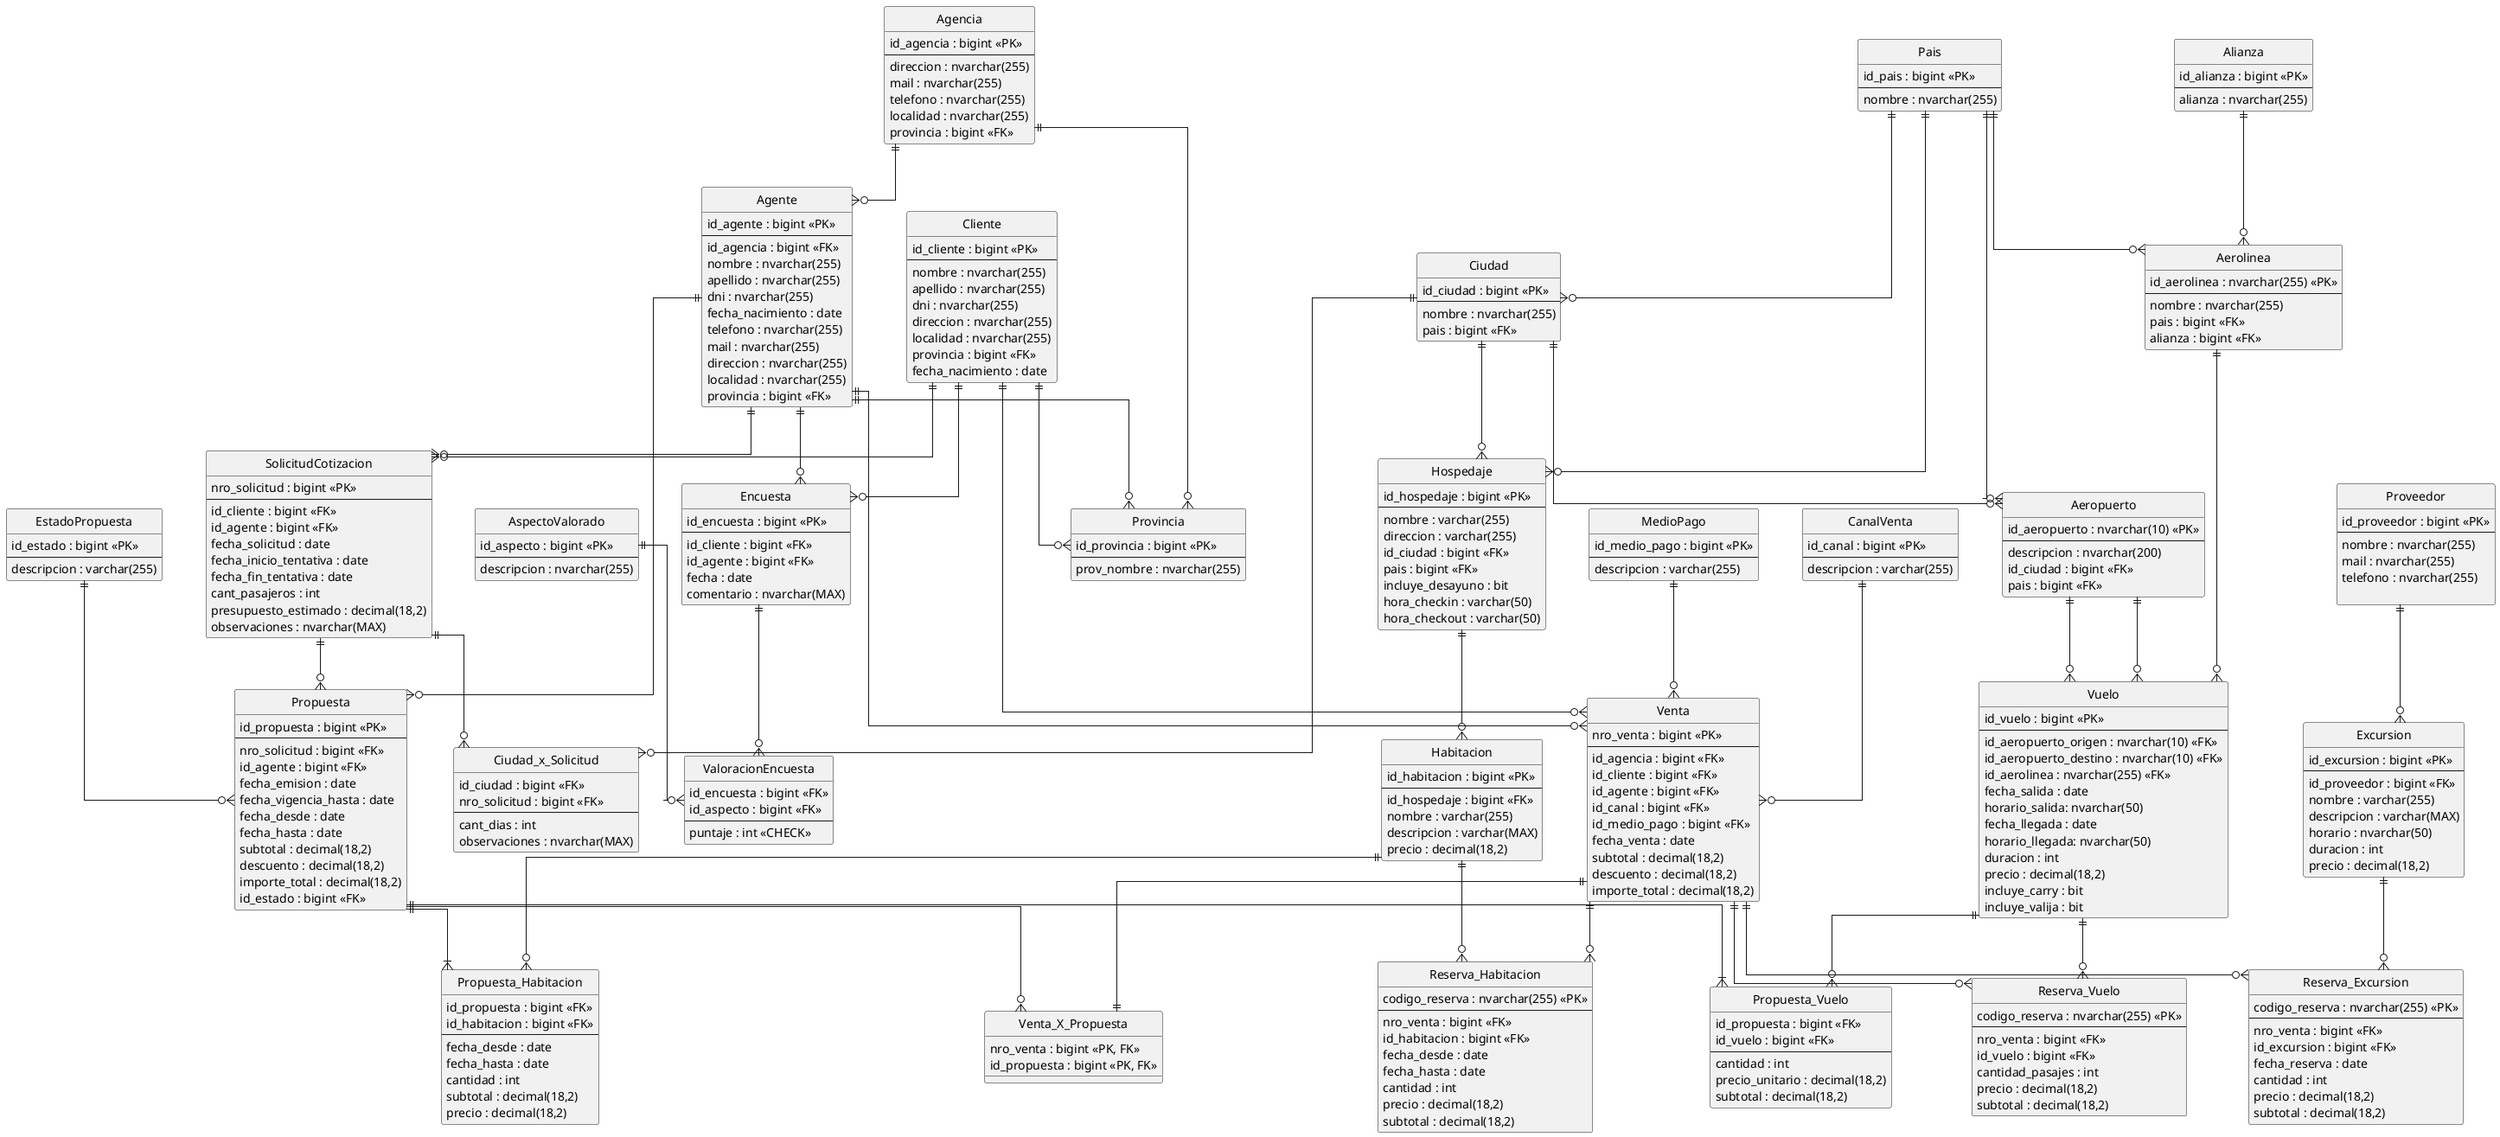
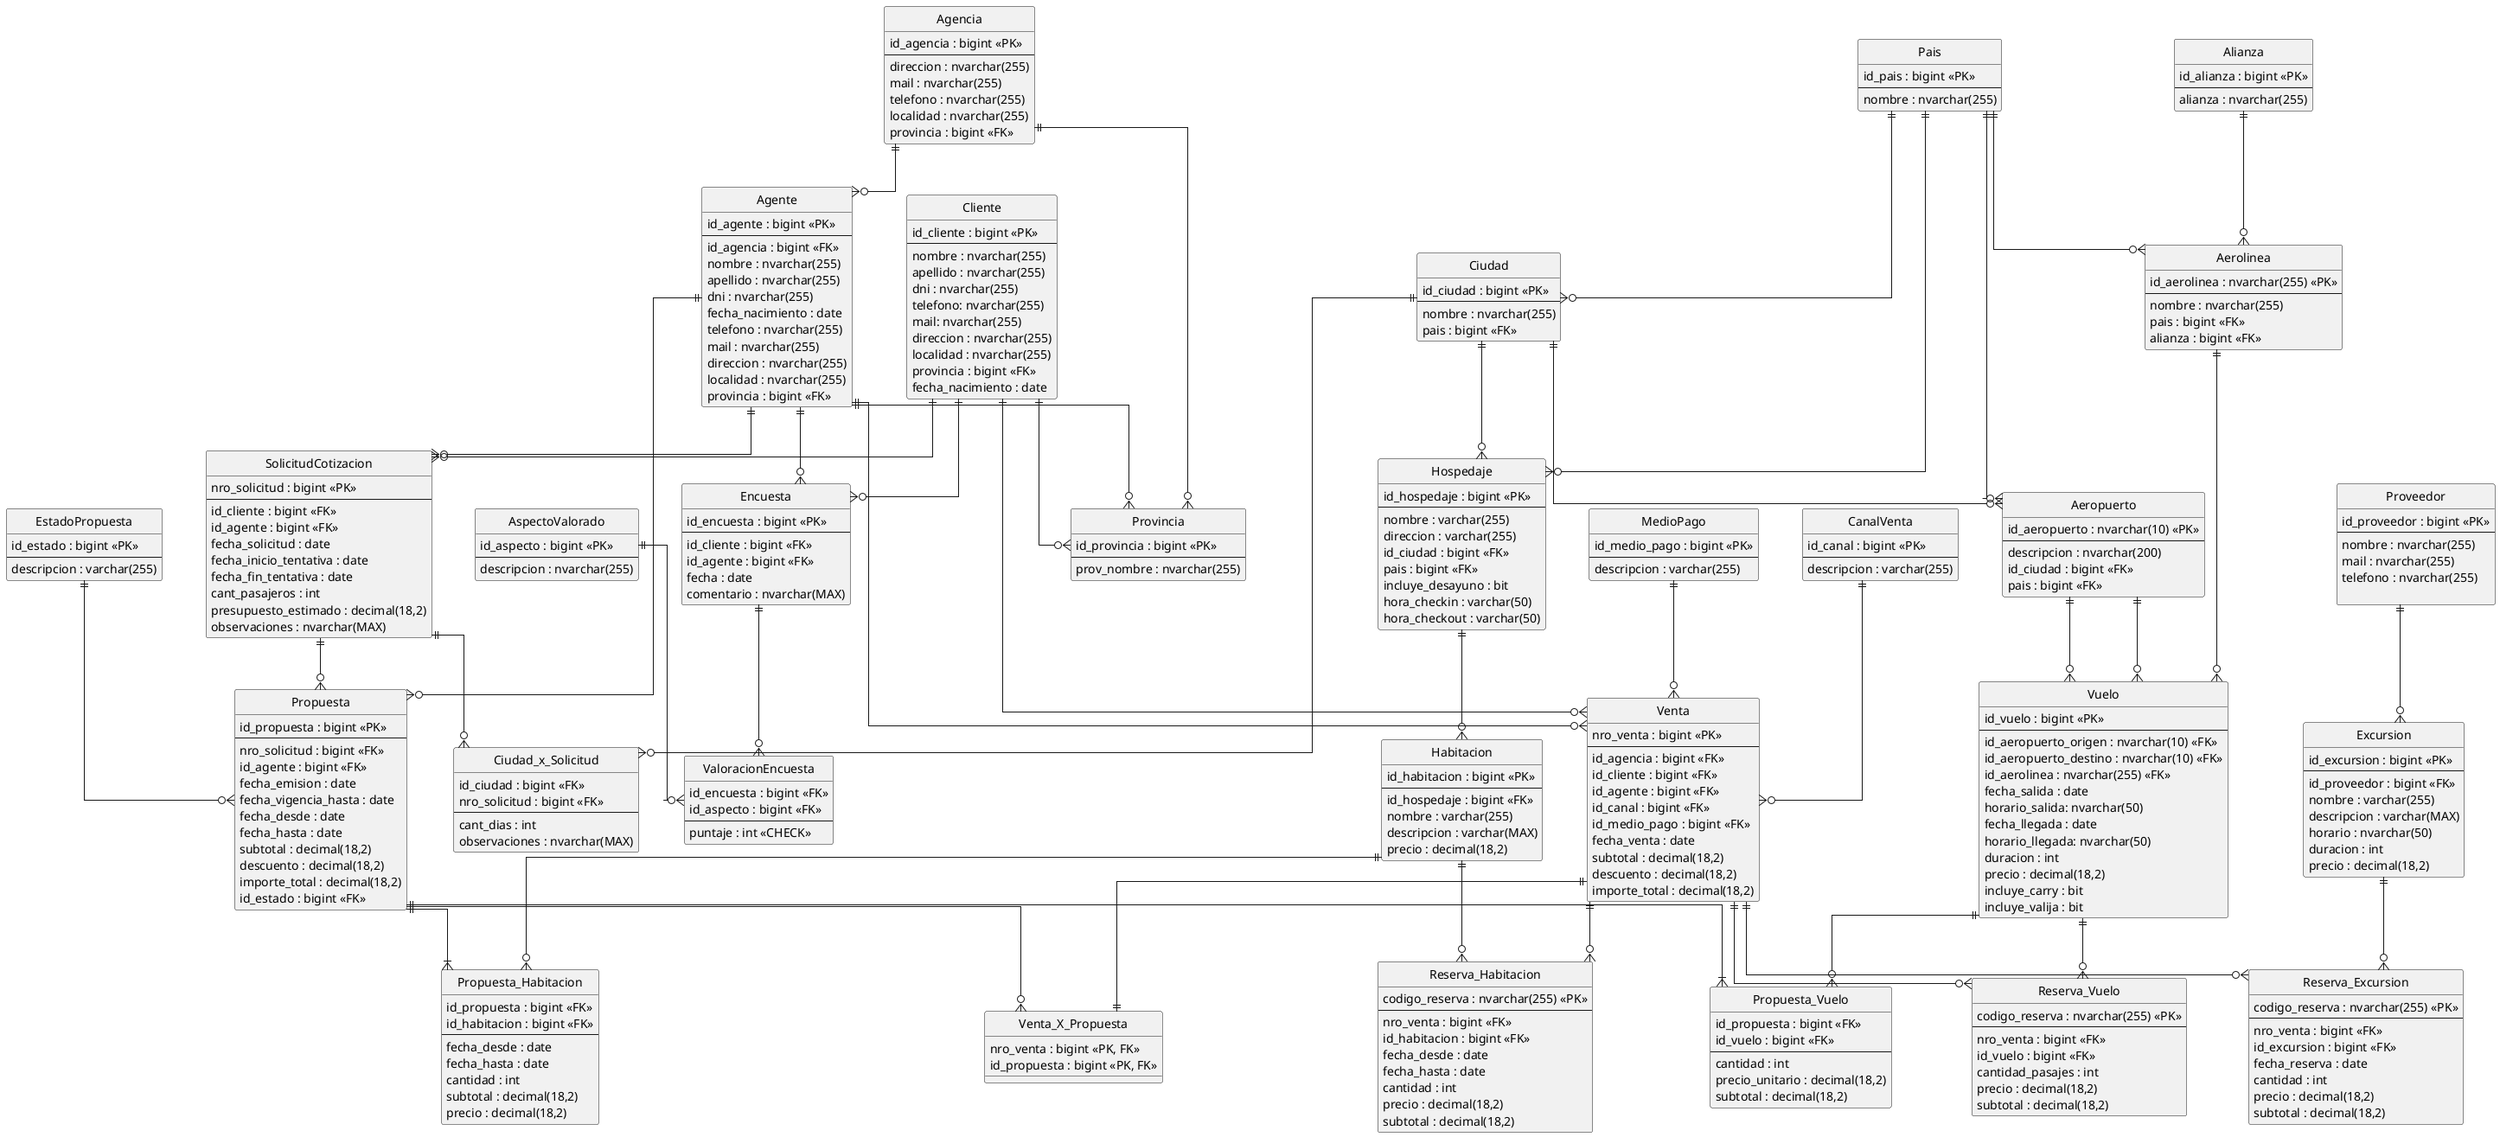
@startuml DER
hide circle
skinparam linetype ortho
skinparam nodesep 50
skinparam ranksep 50

entity "Agencia" as Agencia {
  id_agencia : bigint <<PK>>
  --
  direccion : nvarchar(255)
  mail : nvarchar(255)
  telefono : nvarchar(255)
  localidad : nvarchar(255)
  provincia : bigint <<FK>>
}

entity "Pais" as Pais {
  id_pais : bigint <<PK>>
  --
  nombre : nvarchar(255)
}

entity "Provincia" as Provincia {
  id_provincia : bigint <<PK>>
  --
  prov_nombre : nvarchar(255)
}

entity "Agente" as Agente {
  id_agente : bigint <<PK>>
  --
  id_agencia : bigint <<FK>>
  nombre : nvarchar(255)
  apellido : nvarchar(255)
  dni : nvarchar(255)
  fecha_nacimiento : date
  telefono : nvarchar(255)
  mail : nvarchar(255)
  direccion : nvarchar(255)
  localidad : nvarchar(255)
  provincia : bigint <<FK>>
}

entity "Cliente" as Cliente {
  id_cliente : bigint <<PK>>
  --
  nombre : nvarchar(255)
  apellido : nvarchar(255)
  dni : nvarchar(255)
+   telefono: nvarchar(255)
+   mail: nvarchar(255)
  direccion : nvarchar(255)
  localidad : nvarchar(255)
  provincia : bigint <<FK>>
  fecha_nacimiento : date
}

entity "CanalVenta" as CanalVenta {
  id_canal : bigint <<PK>>
  --
  descripcion : varchar(255)
}

entity "MedioPago" as MedioPago {
  id_medio_pago : bigint <<PK>>
  --
  descripcion : varchar(255)
}

entity "Aeropuerto" as Aeropuerto {
  id_aeropuerto : nvarchar(10) <<PK>>
  --
  descripcion : nvarchar(200)
  id_ciudad : bigint <<FK>>
  pais : bigint <<FK>>
}


entity "Aerolinea" as Aerolinea {
  id_aerolinea : nvarchar(255) <<PK>>
  --
  nombre : nvarchar(255)
  pais : bigint <<FK>>
  alianza : bigint <<FK>>
}

entity "Alianza" as Alianza {
  id_alianza : bigint <<PK>>
  --
  alianza : nvarchar(255)
}

entity "Vuelo" as Vuelo {
  id_vuelo : bigint <<PK>>
  --
  id_aeropuerto_origen : nvarchar(10) <<FK>>
  id_aeropuerto_destino : nvarchar(10) <<FK>>
  id_aerolinea : nvarchar(255) <<FK>>
  ' Esto seria considerando que el horario esta agrupado
  fecha_salida : date
  horario_salida: nvarchar(50)
  fecha_llegada : date
  horario_llegada: nvarchar(50)
  duracion : int
  precio : decimal(18,2)
  incluye_carry : bit
  incluye_valija : bit
}

entity "Hospedaje" as Hospedaje {
  id_hospedaje : bigint <<PK>>
  --
  nombre : varchar(255)
  direccion : varchar(255)
  id_ciudad : bigint <<FK>>
  pais : bigint <<FK>>
  incluye_desayuno : bit
  hora_checkin : varchar(50)
  hora_checkout : varchar(50)
}

entity "Habitacion" as Habitacion {
  id_habitacion : bigint <<PK>>
  --
  id_hospedaje : bigint <<FK>>
  nombre : varchar(255)
  descripcion : varchar(MAX)
  precio : decimal(18,2)
}

entity "Proveedor" as Proveedor {
  id_proveedor : bigint <<PK>>
  --
  nombre : nvarchar(255)
  mail : nvarchar(255)
  telefono : nvarchar(255)

}

entity "Excursion" as Excursion {
  id_excursion : bigint <<PK>>
  --
  id_proveedor : bigint <<FK>>
  nombre : varchar(255)
  descripcion : varchar(MAX)
  horario : nvarchar(50)
  duracion : int
  precio : decimal(18,2)
}

entity "Ciudad" as Ciudad {
  id_ciudad : bigint <<PK>>
  --
  nombre : nvarchar(255)
  pais : bigint <<FK>>
}

' ==============================
' MODULO COTIZACIONES Y PROPUESTAS
' ==============================

entity "SolicitudCotizacion" as Solicitud {
  nro_solicitud : bigint <<PK>>
  --
  id_cliente : bigint <<FK>>
  id_agente : bigint <<FK>>
  fecha_solicitud : date
  fecha_inicio_tentativa : date
  fecha_fin_tentativa : date
  cant_pasajeros : int
  presupuesto_estimado : decimal(18,2)
  observaciones : nvarchar(MAX)
}

entity "Ciudad_x_Solicitud" as CiudadSolicitud {
  id_ciudad : bigint <<FK>>
  nro_solicitud : bigint <<FK>>
  --
  cant_dias : int
  observaciones : nvarchar(MAX)
}

entity "Propuesta" as Propuesta {
  id_propuesta : bigint <<PK>>
  --
  nro_solicitud : bigint <<FK>>
  id_agente : bigint <<FK>>
  fecha_emision : date
  fecha_vigencia_hasta : date
  fecha_desde : date
  fecha_hasta : date
  subtotal : decimal(18,2)
  descuento : decimal(18,2)
  importe_total : decimal(18,2)
  id_estado : bigint <<FK>>
}

entity "EstadoPropuesta" as EstadoPropuesta {
  id_estado : bigint <<PK>>
  --
  descripcion : varchar(255)
}

entity "Propuesta_Vuelo" as PropuestaVuelo {
  id_propuesta : bigint <<FK>>
  id_vuelo : bigint <<FK>>
  --
  cantidad : int
  precio_unitario : decimal(18,2)
  subtotal : decimal(18,2)
}

entity "Propuesta_Habitacion" as PropuestaHabitacion {
  id_propuesta : bigint <<FK>>
  id_habitacion : bigint <<FK>>
  --
  fecha_desde : date
  fecha_hasta : date
  cantidad : int
  subtotal : decimal(18,2)
  precio : decimal(18,2)
}

' ==============================
' MODULO VENTAS Y RESERVAS
' ==============================

entity "Venta" as Venta {
  nro_venta : bigint <<PK>>
  --
  id_agencia : bigint <<FK>>
  id_cliente : bigint <<FK>>
  id_agente : bigint <<FK>>
  id_canal : bigint <<FK>>
  id_medio_pago : bigint <<FK>>
  ' ----
  ' Canal lo tenemos normalizado.
  ' Medio pago lo tenemos normalizado.
  fecha_venta : date
  subtotal : decimal(18,2)
  descuento : decimal(18,2)
  importe_total : decimal(18,2)
}

entity "Venta_X_Propuesta" as Venta_X_Propuesta {
  nro_venta : bigint <<PK, FK>>
  id_propuesta : bigint <<PK, FK>>
}

entity "Reserva_Vuelo" as ResVuelo {
  codigo_reserva : nvarchar(255) <<PK>>
  --
  nro_venta : bigint <<FK>>
  id_vuelo : bigint <<FK>>
  ' ----
  cantidad_pasajes : int
  precio : decimal(18,2)
  subtotal : decimal(18,2)
}

entity "Reserva_Habitacion" as ResHabitacion {
  codigo_reserva : nvarchar(255) <<PK>>
  --
  nro_venta : bigint <<FK>>
  id_habitacion : bigint <<FK>>
  ' ---
  fecha_desde : date
  fecha_hasta : date
  cantidad : int
  precio : decimal(18,2)
  subtotal : decimal(18,2)
}

entity "Reserva_Excursion" as ResExcursion {
  codigo_reserva : nvarchar(255) <<PK>>
  --
  nro_venta : bigint <<FK>>
  id_excursion : bigint <<FK>>
  ' ---
  fecha_reserva : date
  cantidad : int
  precio : decimal(18,2)
  subtotal : decimal(18,2)
}

' ==============================
' MODULO ENCUESTAS
' ==============================

entity "Encuesta" as Encuesta {
  id_encuesta : bigint <<PK>>
  --
  id_cliente : bigint <<FK>>
  id_agente : bigint <<FK>>
  fecha : date
  comentario : nvarchar(MAX)
}

entity "AspectoValorado" as Aspecto {
  id_aspecto : bigint <<PK>>
  --
  descripcion : nvarchar(255)
}

entity "ValoracionEncuesta" as Valoracion {
  id_encuesta : bigint <<FK>>
  id_aspecto : bigint <<FK>>
  --
  puntaje : int <<CHECK>>
}

' ==============================
' RELACIONES
' ==============================

Agencia ||--o{ Agente
Agente ||--o{ Solicitud
Agente ||--o{ Propuesta
Agente ||--o{ Venta
Agente ||--o{ Encuesta

Cliente ||--o{ Solicitud
Cliente ||--o{ Venta
Cliente ||--o{ Encuesta

Aeropuerto ||--o{ Vuelo
Aeropuerto ||--o{ Vuelo
Aerolinea ||--o{ Vuelo

' Ciudad relations
Ciudad ||--o{ Aeropuerto
Ciudad ||--o{ Hospedaje

Hospedaje ||--o{ Habitacion
Proveedor ||--o{ Excursion

CanalVenta ||--o{ Venta
MedioPago ||--o{ Venta

Solicitud ||--o{ CiudadSolicitud
Ciudad ||--o{ CiudadSolicitud

Solicitud ||--o{ Propuesta
Propuesta ||--|{ PropuestaVuelo
Vuelo ||--o{ PropuestaVuelo
Propuesta ||--|{ PropuestaHabitacion
Habitacion ||--o{ PropuestaHabitacion

Venta ||--o{ ResVuelo
Vuelo ||--o{ ResVuelo

Venta ||--o{ ResHabitacion
Habitacion ||--o{ ResHabitacion

Venta ||--o{ ResExcursion
Excursion ||--o{ ResExcursion

Encuesta ||--o{ Valoracion
Aspecto ||--o{ Valoracion

Agente ||--o{ Provincia
Agencia ||--o{ Provincia
Cliente ||--o{ Provincia

Alianza ||--o{ Aerolinea
EstadoPropuesta ||--o{ Propuesta

Pais ||--o{ Ciudad
Pais ||--o{ Aeropuerto
Pais ||--o{ Aerolinea
Pais ||--o{ Hospedaje

Venta ||--|| Venta_X_Propuesta
Propuesta ||--o{ Venta_X_Propuesta

@enduml